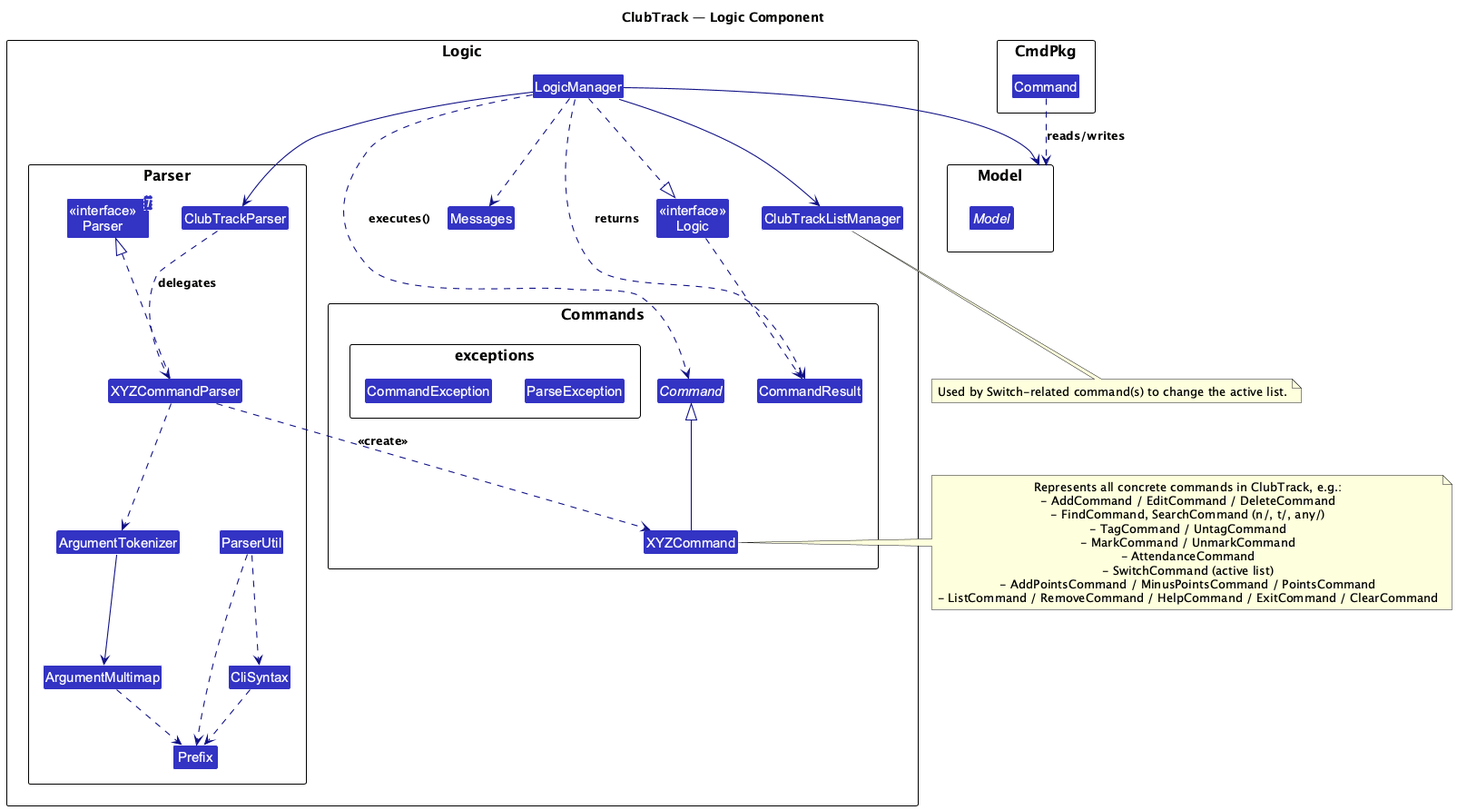
Above: docs/diagrams/LogicClassDiagram.png in javierchuaby/tp (PlantUML), before the change.
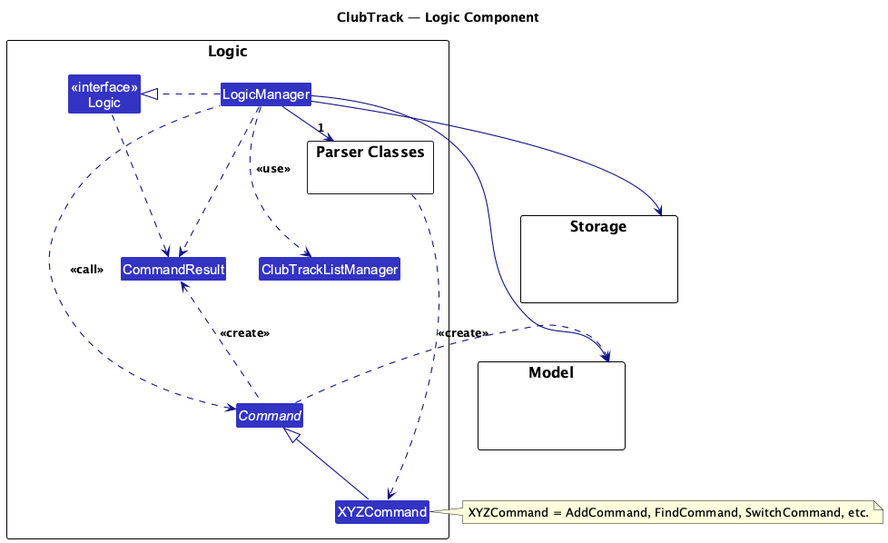
The same diagram one commit later.

Diff of the diagram source:
```diff
@@ -3,85 +3,50 @@
 skinparam arrowThickness 1.1
 skinparam arrowColor LOGIC_COLOR_T4
 skinparam classBackgroundColor LOGIC_COLOR
-
 title ClubTrack — Logic Component
 
-package Logic as LogicPackage {
+package Logic as LogicPkg {
 
-  package "Parser" as ParserPkg {
-    class "<<interface>>\nParser<T>" as IParser
-    class ClubTrackParser
-    class XYZCommandParser
-
-    class ArgumentTokenizer
-    class ArgumentMultimap
-    class Prefix
-    class CliSyntax
-    class ParserUtil
-  }
-
-  package "Commands" as CmdPkg {
-    class CommandResult
-    abstract class Command
-    class XYZCommand
-
-    package "exceptions" {
-      class CommandException
-      class ParseException
-    }
+  package "Parser Classes" as ParserClasses {
   }
 
   class "<<interface>>\nLogic" as Logic
   class LogicManager
+
+  abstract class Command
+  class XYZCommand
+  class CommandResult
+
   class ClubTrackListManager
-  class Messages
 }
 
 package Model {
-  interface Model
+  class HiddenModel #FFFFFF
 }
 
+package Storage {
+  class HiddenStorage #FFFFFF
+}
 
 LogicManager .right.|> Logic
+LogicManager -right-> "1" ParserClasses
+ParserClasses ..> XYZCommand : <<create>>
+
+XYZCommand -up-|> Command
+LogicManager .left.> Command : <<call>>
+
 LogicManager --> Model
-LogicManager --> ClubTrackParser
-LogicManager --> ClubTrackListManager
-LogicManager ..> Messages
+LogicManager --> Storage
+Command .right.> Model
 
 Logic ..> CommandResult
-LogicManager ..> CommandResult : returns
+LogicManager .down.> CommandResult
+Command .up.> CommandResult : <<create>>
 
-LogicManager .down.> Command : executes()
-XYZCommand -up-|> Command
-CmdPkg.Command ..> Model : reads/writes
-
-
-IParser <|.. XYZCommandParser
-ClubTrackParser ..> XYZCommandParser : delegates
-ParserUtil ..> Prefix
-ParserUtil ..> CliSyntax
-XYZCommandParser ..> ArgumentTokenizer
-ArgumentTokenizer --> ArgumentMultimap
-ArgumentMultimap ..> Prefix
-CliSyntax ..> Prefix
-
-XYZCommandParser ..> XYZCommand : <<create>>
-
+LogicManager ..> ClubTrackListManager : <<use>>
 
 note right of XYZCommand
-  Represents all concrete commands in ClubTrack, e.g.:
-  - AddCommand / EditCommand / DeleteCommand
-  - FindCommand, SearchCommand (n/, t/, any/)
-  - TagCommand / UntagCommand
-  - MarkCommand / UnmarkCommand
-  - AttendanceCommand
-  - SwitchCommand (active list)
-  - AddPointsCommand / MinusPointsCommand / PointsCommand
-  - ListCommand / RemoveCommand / HelpCommand / ExitCommand / ClearCommand
-end note
-
-note bottom of ClubTrackListManager
-  Used by Switch-related command(s) to change the active list.
+  XYZCommand = AddCommand, FindCommand, SwitchCommand, etc.
 end note
 
 @enduml
```
